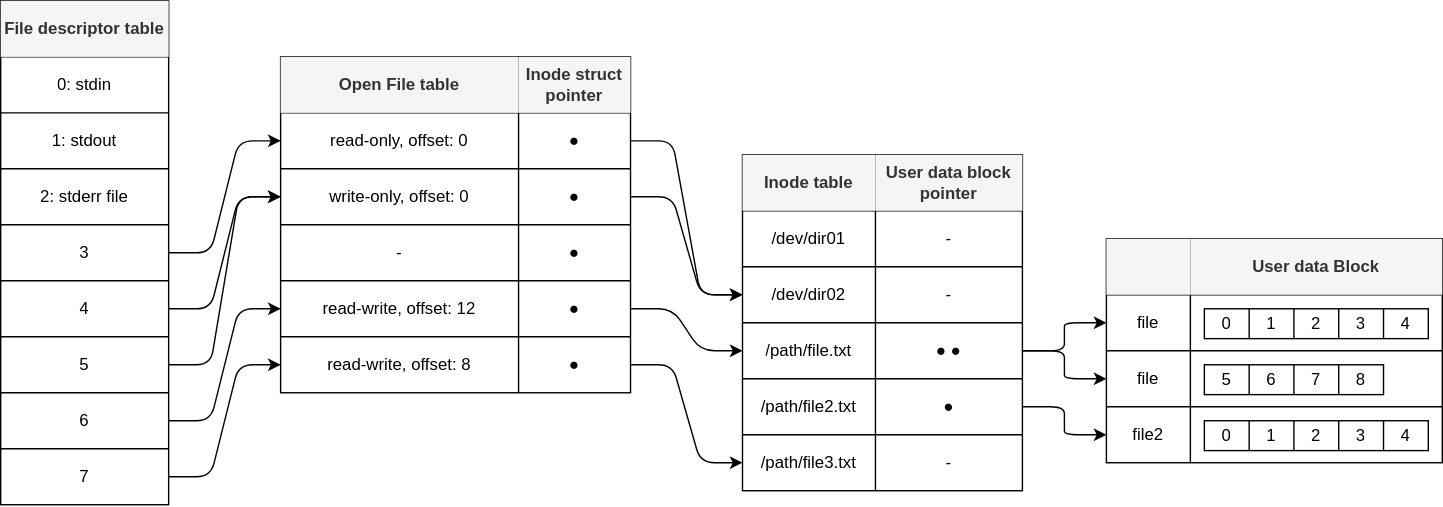
cs-study-org/cs-study keeps this draw.io diagram as 05/yongki/assets/file-descriptor.drawio.svg. Above is the earlier version. Source tidied: cells renumbered, new cells last; positions are measured from the earlier drawing's top-left corner, leaving out a move shared by most shapes.
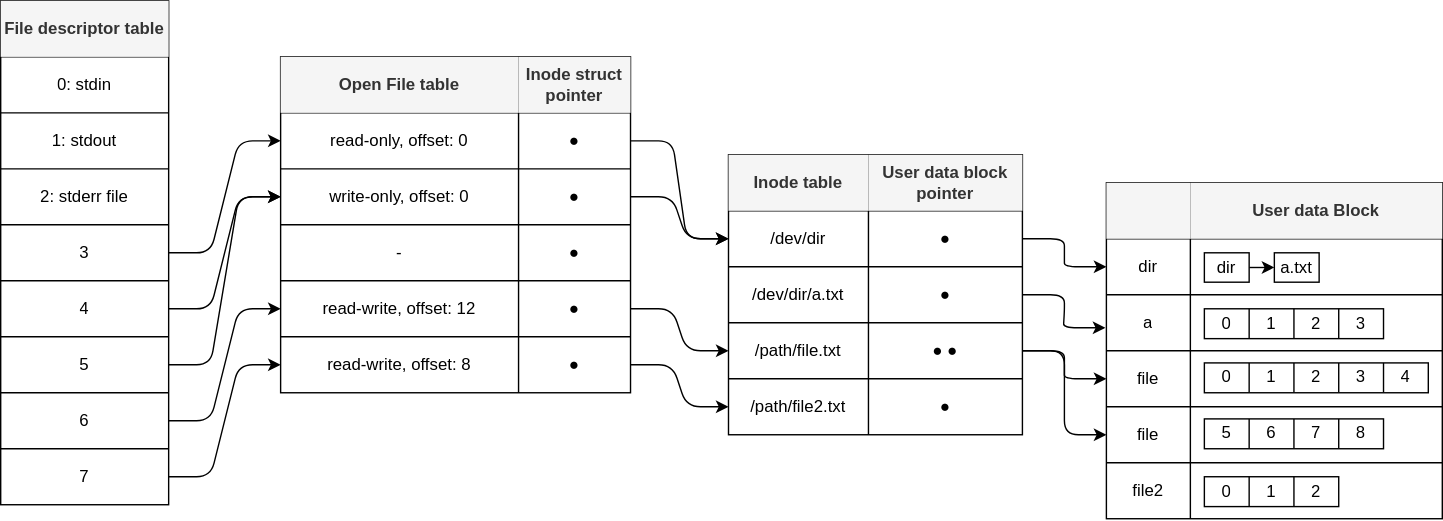
The same diagram one commit later.

Commit message:
:adhesive_bandage: Fix file descriptor asset

also typo

Change to the diagram source:
```diff
@@ -117,62 +117,53 @@
       <mxGeometry x="170" width="80" height="40" as="geometry" />
     </mxCell>
     <mxCell id="40" style="shape=table;startSize=0;" parent="1" vertex="1">
-      <mxGeometry x="530" y="110" width="200" height="240" as="geometry" />
+      <mxGeometry x="520" y="110" width="210" height="200" as="geometry" />
     </mxCell>
     <mxCell id="41" style="shape=partialRectangle;fillColor=none;top=0;left=0;bottom=0;right=0;" parent="40" vertex="1">
-      <mxGeometry width="200" height="40" as="geometry" />
+      <mxGeometry width="210" height="40" as="geometry" />
     </mxCell>
-    <mxCell id="42" value="&lt;b&gt;Inode table&lt;/b&gt;" style="shape=partialRectangle;html=1;whiteSpace=wrap;overflow=hidden;fillColor=#f5f5f5;top=0;left=0;bottom=0;right=0;fontColor=#333333;strokeColor=#666666;strokeWidth=2;" parent="41" vertex="1">
-      <mxGeometry width="95" height="40" as="geometry" />
+    <mxCell id="42" value="&lt;b&gt;Inode table&lt;/b&gt;" style="shape=partialRectangle;html=1;whiteSpace=wrap;overflow=hidden;fillColor=#f5f5f5;top=0;left=0;bottom=0;right=0;fontColor=#333333;strokeColor=#666666;strokeWidth=0;" parent="41" vertex="1">
+      <mxGeometry width="100" height="40" as="geometry" />
     </mxCell>
-    <mxCell id="43" value="&lt;b&gt;User data block &lt;br&gt;pointer&lt;/b&gt;" style="shape=partialRectangle;html=1;whiteSpace=wrap;overflow=hidden;fillColor=#f5f5f5;top=0;left=0;bottom=0;right=0;fontColor=#333333;strokeColor=#666666;strokeWidth=2;" parent="41" vertex="1">
-      <mxGeometry x="95" width="105" height="40" as="geometry" />
+    <mxCell id="43" value="&lt;b&gt;User data block &lt;br&gt;pointer&lt;/b&gt;" style="shape=partialRectangle;html=1;whiteSpace=wrap;overflow=hidden;fillColor=#f5f5f5;top=0;left=0;bottom=0;right=0;fontColor=#333333;strokeColor=#666666;strokeWidth=0;" parent="41" vertex="1">
+      <mxGeometry x="100" width="110" height="40" as="geometry" />
     </mxCell>
-    <mxCell id="44" style="shape=partialRectangle;fillColor=none;top=0;left=0;bottom=0;right=0;" parent="40" vertex="1">
-      <mxGeometry y="40" width="200" height="40" as="geometry" />
-    </mxCell>
-    <mxCell id="45" value="/dev/dir01" style="shape=partialRectangle;html=1;whiteSpace=wrap;overflow=hidden;fillColor=none;top=0;left=0;bottom=0;right=0;" parent="44" vertex="1">
-      <mxGeometry width="95" height="40" as="geometry" />
-    </mxCell>
-    <mxCell id="46" value="-" style="shape=partialRectangle;html=1;whiteSpace=wrap;overflow=hidden;fillColor=none;top=0;left=0;bottom=0;right=0;" parent="44" vertex="1">
-      <mxGeometry x="95" width="105" height="40" as="geometry" />
-    </mxCell>
     <mxCell id="47" style="shape=partialRectangle;fillColor=none;top=0;left=0;bottom=0;right=0;points=[[0,0.5],[1,0.5]];portConstraint=eastwest;" parent="40" vertex="1">
-      <mxGeometry y="80" width="200" height="40" as="geometry" />
+      <mxGeometry y="40" width="210" height="40" as="geometry" />
     </mxCell>
-    <mxCell id="48" value="/dev/dir02" style="shape=partialRectangle;html=1;whiteSpace=wrap;overflow=hidden;fillColor=none;top=0;left=0;bottom=0;right=0;" parent="47" vertex="1">
-      <mxGeometry width="95" height="40" as="geometry" />
+    <mxCell id="48" value="/dev/dir" style="shape=partialRectangle;html=1;whiteSpace=wrap;overflow=hidden;fillColor=none;top=0;left=0;bottom=0;right=0;" parent="47" vertex="1">
+      <mxGeometry width="100" height="40" as="geometry" />
     </mxCell>
-    <mxCell id="49" value="-" style="shape=partialRectangle;html=1;whiteSpace=wrap;overflow=hidden;fillColor=none;top=0;left=0;bottom=0;right=0;" parent="47" vertex="1">
-      <mxGeometry x="95" width="105" height="40" as="geometry" />
+    <mxCell id="49" value="●" style="shape=partialRectangle;html=1;whiteSpace=wrap;overflow=hidden;fillColor=none;top=0;left=0;bottom=0;right=0;" parent="47" vertex="1">
+      <mxGeometry x="100" width="110" height="40" as="geometry" />
     </mxCell>
+    <mxCell id="104" style="shape=partialRectangle;fillColor=none;top=0;left=0;bottom=0;right=0;points=[[0,0.5],[1,0.5]];portConstraint=eastwest;" parent="40" vertex="1">
+      <mxGeometry y="80" width="210" height="40" as="geometry" />
+    </mxCell>
+    <mxCell id="105" value="/dev/dir/a.txt" style="shape=partialRectangle;html=1;whiteSpace=wrap;overflow=hidden;fillColor=none;top=0;left=0;bottom=0;right=0;" parent="104" vertex="1">
+      <mxGeometry width="100" height="40" as="geometry" />
+    </mxCell>
+    <mxCell id="106" value="&lt;span&gt;●&lt;/span&gt;" style="shape=partialRectangle;html=1;whiteSpace=wrap;overflow=hidden;fillColor=none;top=0;left=0;bottom=0;right=0;" parent="104" vertex="1">
+      <mxGeometry x="100" width="110" height="40" as="geometry" />
+    </mxCell>
     <mxCell id="50" style="shape=partialRectangle;fillColor=none;top=0;left=0;bottom=0;right=0;points=[[0,0.5],[1,0.5]];portConstraint=eastwest;" parent="40" vertex="1">
-      <mxGeometry y="120" width="200" height="40" as="geometry" />
+      <mxGeometry y="120" width="210" height="40" as="geometry" />
     </mxCell>
     <mxCell id="51" value="/path/file.txt" style="shape=partialRectangle;html=1;whiteSpace=wrap;overflow=hidden;fillColor=none;top=0;left=0;bottom=0;right=0;" parent="50" vertex="1">
-      <mxGeometry width="95" height="40" as="geometry" />
+      <mxGeometry width="100" height="40" as="geometry" />
     </mxCell>
     <mxCell id="52" value="&lt;span&gt;●&amp;nbsp;&lt;/span&gt;●" style="shape=partialRectangle;html=1;whiteSpace=wrap;overflow=hidden;fillColor=none;top=0;left=0;bottom=0;right=0;" parent="50" vertex="1">
-      <mxGeometry x="95" width="105" height="40" as="geometry" />
+      <mxGeometry x="100" width="110" height="40" as="geometry" />
     </mxCell>
     <mxCell id="53" style="shape=partialRectangle;fillColor=none;top=0;left=0;bottom=0;right=0;points=[[0,0.5],[1,0.5]];portConstraint=eastwest;" parent="40" vertex="1">
-      <mxGeometry y="160" width="200" height="40" as="geometry" />
+      <mxGeometry y="160" width="210" height="40" as="geometry" />
     </mxCell>
     <mxCell id="54" value="/path/file2.txt" style="shape=partialRectangle;html=1;whiteSpace=wrap;overflow=hidden;fillColor=none;top=0;left=0;bottom=0;right=0;" parent="53" vertex="1">
-      <mxGeometry width="95" height="40" as="geometry" />
+      <mxGeometry width="100" height="40" as="geometry" />
     </mxCell>
     <mxCell id="55" value="&lt;span&gt;●&lt;/span&gt;" style="shape=partialRectangle;html=1;whiteSpace=wrap;overflow=hidden;fillColor=none;top=0;left=0;bottom=0;right=0;" parent="53" vertex="1">
-      <mxGeometry x="95" width="105" height="40" as="geometry" />
+      <mxGeometry x="100" width="110" height="40" as="geometry" />
     </mxCell>
-    <mxCell id="56" style="shape=partialRectangle;fillColor=none;top=0;left=0;bottom=0;right=0;points=[[0,0.5],[1,0.5]];portConstraint=eastwest;" parent="40" vertex="1">
-      <mxGeometry y="200" width="200" height="40" as="geometry" />
-    </mxCell>
-    <mxCell id="57" value="/path/file3.txt" style="shape=partialRectangle;html=1;whiteSpace=wrap;overflow=hidden;fillColor=none;top=0;left=0;bottom=0;right=0;" parent="56" vertex="1">
-      <mxGeometry width="95" height="40" as="geometry" />
-    </mxCell>
-    <mxCell id="58" value="-" style="shape=partialRectangle;html=1;whiteSpace=wrap;overflow=hidden;fillColor=none;top=0;left=0;bottom=0;right=0;" parent="56" vertex="1">
-      <mxGeometry x="95" width="105" height="40" as="geometry" />
-    </mxCell>
     <mxCell id="59" style="edgeStyle=entityRelationEdgeStyle;html=1;exitX=1;exitY=0.5;exitDx=0;exitDy=0;entryX=0;entryY=0.5;entryDx=0;entryDy=0;" parent="1" edge="1" source="25" target="47">
       <mxGeometry relative="1" as="geometry" />
     </mxCell>
@@ -182,7 +173,7 @@
     <mxCell id="61" style="edgeStyle=entityRelationEdgeStyle;html=1;exitX=1;exitY=0.5;exitDx=0;exitDy=0;" parent="1" edge="1" source="34" target="50">
       <mxGeometry relative="1" as="geometry" />
     </mxCell>
-    <mxCell id="62" style="edgeStyle=entityRelationEdgeStyle;html=1;exitX=1;exitY=0.5;exitDx=0;exitDy=0;entryX=0;entryY=0.5;entryDx=0;entryDy=0;" parent="1" edge="1" source="37" target="56">
+    <mxCell id="62" style="edgeStyle=entityRelationEdgeStyle;html=1;exitX=1;exitY=0.5;exitDx=0;exitDy=0;entryX=0;entryY=0.5;entryDx=0;entryDy=0;" parent="1" edge="1" source="37" target="53">
       <mxGeometry relative="1" as="geometry" />
     </mxCell>
     <mxCell id="63" style="edgeStyle=entityRelationEdgeStyle;html=1;entryX=0;entryY=0.5;entryDx=0;entryDy=0;rounded=1;" parent="1" edge="1" source="11" target="25">
@@ -203,7 +194,7 @@
       <mxGeometry relative="1" as="geometry" />
     </mxCell>
     <mxCell id="68" style="shape=table;startSize=0;" parent="1" vertex="1">
-      <mxGeometry x="790" y="170" width="240" height="160" as="geometry" />
+      <mxGeometry x="790" y="130" width="240" height="240" as="geometry" />
     </mxCell>
     <mxCell id="69" style="shape=partialRectangle;fillColor=none;top=0;left=0;bottom=0;right=0;" parent="68" vertex="1">
       <mxGeometry width="240" height="40" as="geometry" />
@@ -214,17 +205,26 @@
     <mxCell id="71" value="&lt;b&gt;User data Block&lt;/b&gt;" style="shape=partialRectangle;html=1;whiteSpace=wrap;overflow=hidden;fillColor=#f5f5f5;top=0;left=0;bottom=0;right=0;fontColor=#333333;strokeColor=#666666;" parent="69" vertex="1">
       <mxGeometry x="60" width="180" height="40" as="geometry" />
     </mxCell>
+    <mxCell id="107" style="shape=partialRectangle;fillColor=none;top=0;left=0;bottom=0;right=0;points=[[0,0.5],[1,0.5]];portConstraint=eastwest;" parent="68" vertex="1">
+      <mxGeometry y="40" width="240" height="40" as="geometry" />
+    </mxCell>
+    <mxCell id="108" value="dir" style="shape=partialRectangle;html=1;whiteSpace=wrap;overflow=hidden;fillColor=none;top=0;left=0;bottom=0;right=0;" parent="107" vertex="1">
+      <mxGeometry width="60" height="40" as="geometry" />
+    </mxCell>
+    <mxCell id="109" style="shape=partialRectangle;html=1;whiteSpace=wrap;overflow=hidden;fillColor=none;top=0;left=0;bottom=0;right=0;" parent="107" vertex="1">
+      <mxGeometry x="60" width="180" height="40" as="geometry" />
+    </mxCell>
     <mxCell id="72" style="shape=partialRectangle;fillColor=none;top=0;left=0;bottom=0;right=0;points=[[0,0.5],[1,0.5]];portConstraint=eastwest;" parent="68" vertex="1">
-      <mxGeometry y="40" width="240" height="40" as="geometry" />
+      <mxGeometry y="80" width="240" height="40" as="geometry" />
     </mxCell>
-    <mxCell id="73" value="file" style="shape=partialRectangle;html=1;whiteSpace=wrap;overflow=hidden;fillColor=none;top=0;left=0;bottom=0;right=0;" parent="72" vertex="1">
+    <mxCell id="73" value="a" style="shape=partialRectangle;html=1;whiteSpace=wrap;overflow=hidden;fillColor=none;top=0;left=0;bottom=0;right=0;" parent="72" vertex="1">
       <mxGeometry width="60" height="40" as="geometry" />
     </mxCell>
     <mxCell id="74" style="shape=partialRectangle;html=1;whiteSpace=wrap;overflow=hidden;fillColor=none;top=0;left=0;bottom=0;right=0;" parent="72" vertex="1">
       <mxGeometry x="60" width="180" height="40" as="geometry" />
     </mxCell>
     <mxCell id="75" style="shape=partialRectangle;fillColor=none;top=0;left=0;bottom=0;right=0;points=[[0,0.5],[1,0.5]];portConstraint=eastwest;" parent="68" vertex="1">
-      <mxGeometry y="80" width="240" height="40" as="geometry" />
+      <mxGeometry y="120" width="240" height="40" as="geometry" />
     </mxCell>
     <mxCell id="76" value="file" style="shape=partialRectangle;html=1;whiteSpace=wrap;overflow=hidden;fillColor=none;top=0;left=0;bottom=0;right=0;" parent="75" vertex="1">
       <mxGeometry width="60" height="40" as="geometry" />
@@ -233,19 +233,28 @@
       <mxGeometry x="60" width="180" height="40" as="geometry" />
     </mxCell>
     <mxCell id="78" style="shape=partialRectangle;fillColor=none;top=0;left=0;bottom=0;right=0;points=[[0,0.5],[1,0.5]];portConstraint=eastwest;" parent="68" vertex="1">
-      <mxGeometry y="120" width="240" height="40" as="geometry" />
+      <mxGeometry y="160" width="240" height="40" as="geometry" />
     </mxCell>
-    <mxCell id="79" value="file2" style="shape=partialRectangle;html=1;whiteSpace=wrap;overflow=hidden;fillColor=none;top=0;left=0;bottom=0;right=0;" parent="78" vertex="1">
+    <mxCell id="79" value="file" style="shape=partialRectangle;html=1;whiteSpace=wrap;overflow=hidden;fillColor=none;top=0;left=0;bottom=0;right=0;" parent="78" vertex="1">
       <mxGeometry width="60" height="40" as="geometry" />
     </mxCell>
     <mxCell id="80" style="shape=partialRectangle;html=1;whiteSpace=wrap;overflow=hidden;fillColor=none;top=0;left=0;bottom=0;right=0;" parent="78" vertex="1">
       <mxGeometry x="60" width="180" height="40" as="geometry" />
     </mxCell>
+    <mxCell id="110" style="shape=partialRectangle;fillColor=none;top=0;left=0;bottom=0;right=0;" parent="68" vertex="1">
+      <mxGeometry y="200" width="240" height="40" as="geometry" />
+    </mxCell>
+    <mxCell id="111" value="file2" style="shape=partialRectangle;html=1;whiteSpace=wrap;overflow=hidden;fillColor=none;top=0;left=0;bottom=0;right=0;" parent="110" vertex="1">
+      <mxGeometry width="60" height="40" as="geometry" />
+    </mxCell>
+    <mxCell id="112" style="shape=partialRectangle;html=1;whiteSpace=wrap;overflow=hidden;fillColor=none;top=0;left=0;bottom=0;right=0;" parent="110" vertex="1">
+      <mxGeometry x="60" width="180" height="40" as="geometry" />
+    </mxCell>
     <mxCell id="81" style="shape=table;startSize=0;labelBackgroundColor=none;" parent="1" vertex="1">
-      <mxGeometry x="860" y="220" width="160" height="21.3" as="geometry" />
+      <mxGeometry x="860" y="220" width="128" height="21.3" as="geometry" />
     </mxCell>
     <mxCell id="82" style="shape=partialRectangle;fillColor=none;top=0;left=0;bottom=0;right=0;labelBackgroundColor=#BFBFBF;" parent="81" vertex="1">
-      <mxGeometry width="160" height="21" as="geometry" />
+      <mxGeometry width="128" height="21" as="geometry" />
     </mxCell>
     <mxCell id="83" value="0" style="shape=partialRectangle;html=1;whiteSpace=wrap;overflow=hidden;fillColor=none;top=0;left=0;bottom=0;right=0;labelBackgroundColor=none;" parent="82" vertex="1">
       <mxGeometry width="32" height="21" as="geometry" />
@@ -259,11 +268,8 @@
     <mxCell id="86" value="3" style="shape=partialRectangle;html=1;whiteSpace=wrap;overflow=hidden;fillColor=none;top=0;left=0;bottom=0;right=0;labelBackgroundColor=none;" parent="82" vertex="1">
       <mxGeometry x="96" width="32" height="21" as="geometry" />
     </mxCell>
-    <mxCell id="87" value="4" style="shape=partialRectangle;html=1;whiteSpace=wrap;overflow=hidden;fillColor=none;top=0;left=0;bottom=0;right=0;labelBackgroundColor=none;" parent="82" vertex="1">
-      <mxGeometry x="128" width="32" height="21" as="geometry" />
-    </mxCell>
     <mxCell id="88" style="shape=table;startSize=0;labelBackgroundColor=none;" parent="1" vertex="1">
-      <mxGeometry x="860" y="260" width="128" height="21.3" as="geometry" />
+      <mxGeometry x="860" y="298.7" width="128" height="21.3" as="geometry" />
     </mxCell>
     <mxCell id="89" style="shape=partialRectangle;fillColor=none;top=0;left=0;bottom=0;right=0;labelBackgroundColor=#BFBFBF;" parent="88" vertex="1">
       <mxGeometry width="128" height="21" as="geometry" />
@@ -280,17 +286,8 @@
     <mxCell id="93" value="8" style="shape=partialRectangle;html=1;whiteSpace=wrap;overflow=hidden;fillColor=none;top=0;left=0;bottom=0;right=0;labelBackgroundColor=none;" parent="89" vertex="1">
       <mxGeometry x="96" width="32" height="21" as="geometry" />
     </mxCell>
-    <mxCell id="94" style="edgeStyle=entityRelationEdgeStyle;html=1;entryX=0;entryY=0.5;entryDx=0;entryDy=0;" parent="1" edge="1" source="50" target="72">
-      <mxGeometry relative="1" as="geometry" />
-    </mxCell>
-    <mxCell id="95" style="edgeStyle=entityRelationEdgeStyle;html=1;exitX=1;exitY=0.5;exitDx=0;exitDy=0;" parent="1" edge="1" source="50" target="75">
-      <mxGeometry relative="1" as="geometry" />
-    </mxCell>
-    <mxCell id="96" style="edgeStyle=entityRelationEdgeStyle;html=1;" parent="1" edge="1" source="53" target="78">
-      <mxGeometry relative="1" as="geometry" />
-    </mxCell>
     <mxCell id="97" style="shape=table;startSize=0;labelBackgroundColor=none;" parent="1" vertex="1">
-      <mxGeometry x="860" y="300" width="160" height="21.3" as="geometry" />
+      <mxGeometry x="860" y="258.7" width="160" height="21.3" as="geometry" />
     </mxCell>
     <mxCell id="98" style="shape=partialRectangle;fillColor=none;top=0;left=0;bottom=0;right=0;labelBackgroundColor=#BFBFBF;" parent="97" vertex="1">
       <mxGeometry width="160" height="21" as="geometry" />
@@ -310,5 +307,44 @@
     <mxCell id="103" value="4" style="shape=partialRectangle;html=1;whiteSpace=wrap;overflow=hidden;fillColor=none;top=0;left=0;bottom=0;right=0;labelBackgroundColor=none;" parent="98" vertex="1">
       <mxGeometry x="128" width="32" height="21" as="geometry" />
     </mxCell>
+    <mxCell id="113" style="edgeStyle=none;html=1;entryX=0;entryY=0.5;entryDx=0;entryDy=0;" parent="1" edge="1" source="114" target="115">
+      <mxGeometry relative="1" as="geometry" />
+    </mxCell>
+    <mxCell id="114" value="dir" style="rounded=0;whiteSpace=wrap;html=1;" parent="1" vertex="1">
+      <mxGeometry x="860" y="180" width="32" height="21" as="geometry" />
+    </mxCell>
+    <mxCell id="115" value="a.txt" style="rounded=0;whiteSpace=wrap;html=1;" parent="1" vertex="1">
+      <mxGeometry x="910" y="180" width="32" height="21" as="geometry" />
+    </mxCell>
+    <mxCell id="116" style="edgeStyle=entityRelationEdgeStyle;html=1;entryX=0;entryY=0.5;entryDx=0;entryDy=0;exitX=1;exitY=0.5;exitDx=0;exitDy=0;" parent="1" edge="1" source="x" target="107">
+      <mxGeometry relative="1" as="geometry" />
+    </mxCell>
+    <mxCell id="95" style="edgeStyle=entityRelationEdgeStyle;html=1;exitX=1;exitY=0.5;exitDx=0;exitDy=0;entryX=0;entryY=0.5;entryDx=0;entryDy=0;" parent="1" edge="1" source="50" target="75">
+      <mxGeometry relative="1" as="geometry" />
+    </mxCell>
+    <mxCell id="117" style="edgeStyle=entityRelationEdgeStyle;html=1;entryX=0;entryY=0.5;entryDx=0;entryDy=0;" parent="1" edge="1" source="50" target="78">
+      <mxGeometry relative="1" as="geometry" />
+    </mxCell>
+    <mxCell id="118" style="edgeStyle=entityRelationEdgeStyle;html=1;entryX=-0.003;entryY=0.59;entryDx=0;entryDy=0;entryPerimeter=0;" parent="1" edge="1" source="104" target="72">
+      <mxGeometry relative="1" as="geometry" />
+    </mxCell>
+    <mxCell id="119" style="edgeStyle=entityRelationEdgeStyle;html=1;entryX=0;entryY=0.5;entryDx=0;entryDy=0;" parent="1" edge="1" source="47" target="107">
+      <mxGeometry relative="1" as="geometry" />
+    </mxCell>
+    <mxCell id="120" style="shape=table;startSize=0;labelBackgroundColor=none;" parent="1" vertex="1">
+      <mxGeometry x="860" y="340" width="96" height="21.3" as="geometry" />
+    </mxCell>
+    <mxCell id="121" style="shape=partialRectangle;fillColor=none;top=0;left=0;bottom=0;right=0;labelBackgroundColor=#BFBFBF;" parent="120" vertex="1">
+      <mxGeometry width="96" height="21" as="geometry" />
+    </mxCell>
+    <mxCell id="122" value="0" style="shape=partialRectangle;html=1;whiteSpace=wrap;overflow=hidden;fillColor=none;top=0;left=0;bottom=0;right=0;labelBackgroundColor=none;" parent="121" vertex="1">
+      <mxGeometry width="32" height="21" as="geometry" />
+    </mxCell>
+    <mxCell id="123" value="1" style="shape=partialRectangle;html=1;whiteSpace=wrap;overflow=hidden;fillColor=none;top=0;left=0;bottom=0;right=0;labelBackgroundColor=none;" parent="121" vertex="1">
+      <mxGeometry x="32" width="32" height="21" as="geometry" />
+    </mxCell>
+    <mxCell id="124" value="&lt;span style=&quot;&quot;&gt;2&lt;/span&gt;" style="shape=partialRectangle;html=1;whiteSpace=wrap;overflow=hidden;fillColor=none;top=0;left=0;bottom=0;right=0;labelBackgroundColor=none;" parent="121" vertex="1">
+      <mxGeometry x="64" width="32" height="21" as="geometry" />
+    </mxCell>
   </root>
 </mxGraphModel>
```
